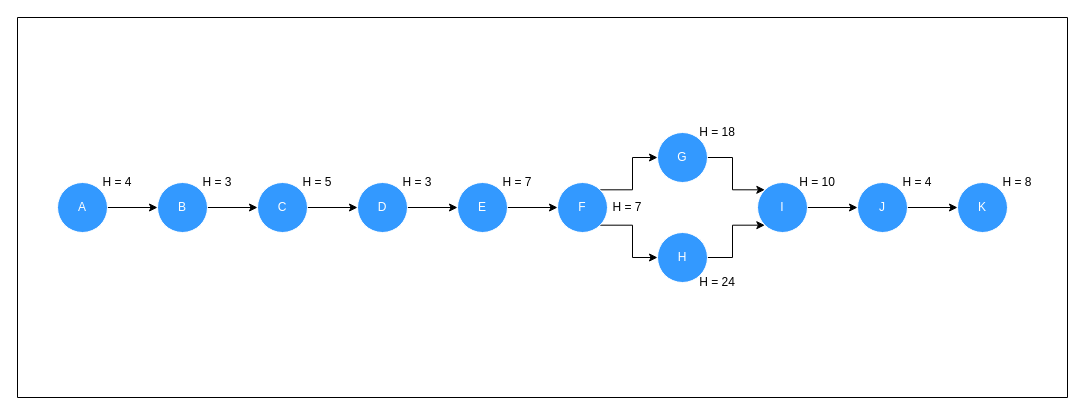
Earlier version of the draw.io diagram Critical-Path-PM.drawio (WizziGameDev/design-draw-io). Source tidied: cells renumbered, new cells numbered last; positions are measured from the earlier drawing's top-left corner, leaving out a move shared by most shapes. Both pictures are drawn from the tidied source at 100%, with x=0, y=0 at pixel (17, 17).
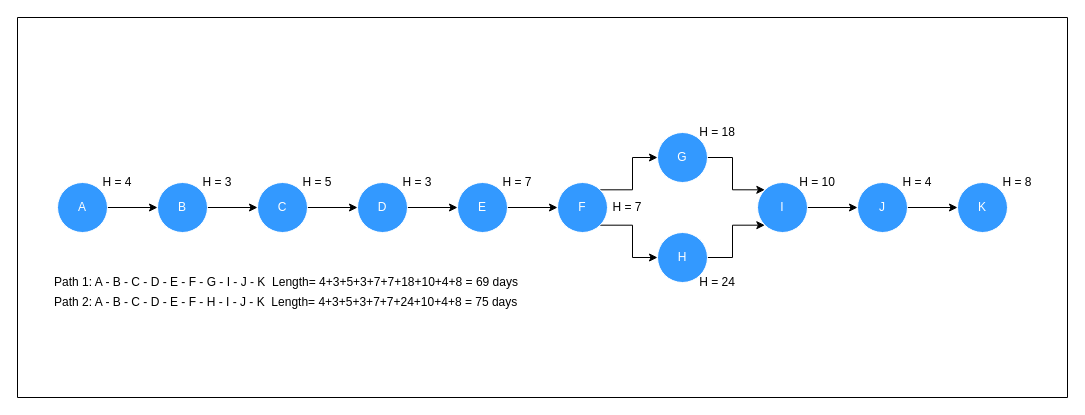
The same diagram, later.

The change refers to these unchanged cells:
```xml
<mxCell id="2" style="swimlane;startSize=0;fillColor=none;" parent="1" vertex="1">
  <mxGeometry width="1050" height="380" as="geometry" />
</mxCell>
```

Diff of the diagram source:
```diff
@@
+    <mxCell id="36" value="Path 1: A - B - C - D - E - F - G - I - J - K&amp;nbsp; Length= 4+3+5+3+7+7+18+10+4+8 = 69 days&amp;nbsp;" style="text;html=1;align=left;verticalAlign=middle;whiteSpace=wrap;rounded=0;" parent="2" vertex="1">
+      <mxGeometry x="35" y="250" width="475" height="30" as="geometry" />
+    </mxCell>
+    <mxCell id="37" value="Path 2: A - B - C - D - E - F - H - I - J - K&amp;nbsp; Length= 4+3+5+3+7+7+24+10+4+8 = 75 days&amp;nbsp;" style="text;html=1;align=left;verticalAlign=middle;whiteSpace=wrap;rounded=0;" parent="2" vertex="1">
+      <mxGeometry x="35" y="270" width="475" height="30" as="geometry" />
+    </mxCell>
```
